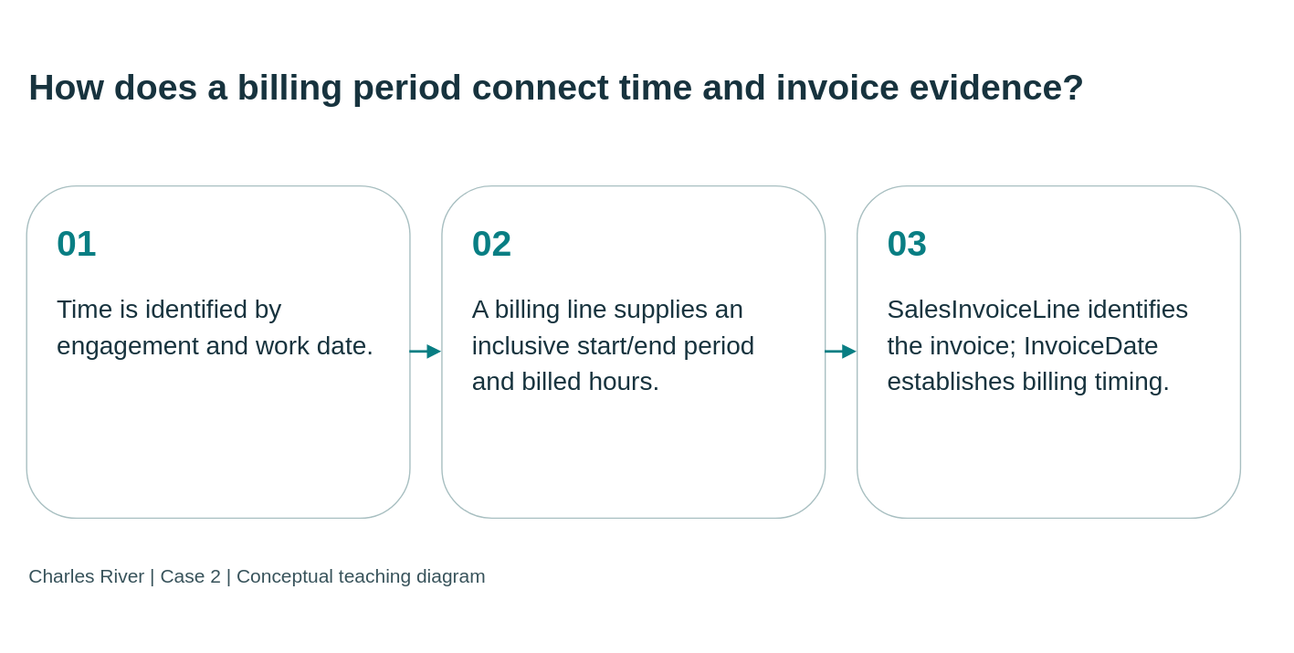
The draw.io diagram static/diagrams/cases/case02-billing.svg in mmcodesso/CharlesRiver_Database, before a commit. Source tidied: cells renumbered, new cells last; positions are measured from the earlier drawing's top-left corner, leaving out a move shared by most shapes. The source it was exported from:
```xml
<mxGraphModel background="#f5f5ee">
  <root>
    <mxCell id="0" />
    <mxCell id="1" parent="0" />
    <mxCell id="2" value="How does a billing period connect time and invoice evidence?" style="text;html=0;strokeColor=none;fillColor=none;align=left;verticalAlign=middle;whiteSpace=wrap;fontSize=28;fontStyle=1;fontColor=#17333e;fontFamily=Arial;" parent="1" vertex="1">
      <mxGeometry width="950" height="95" as="geometry" />
    </mxCell>
    <mxCell id="3" value="&lt;div style=&quot;font-size:28px;color:#087e83;font-weight:bold;margin-bottom:20px&quot;&gt;01&lt;/div&gt;&lt;div style=&quot;font-size:20px;line-height:1.4&quot;&gt;Time is identified by engagement and work date.&lt;/div&gt;" style="rounded=1;whiteSpace=wrap;html=1;fillColor=#ffffff;strokeColor=#a8bfc1;fontColor=#17333e;align=left;verticalAlign=top;spacing=24;fontFamily=Arial;fontSize=20;" parent="1" vertex="1">
      <mxGeometry y="125" width="300" height="260" as="geometry" />
    </mxCell>
    <mxCell id="4" value="&lt;div style=&quot;font-size:28px;color:#087e83;font-weight:bold;margin-bottom:20px&quot;&gt;02&lt;/div&gt;&lt;div style=&quot;font-size:20px;line-height:1.4&quot;&gt;A billing line supplies an inclusive start/end period and billed hours.&lt;/div&gt;" style="rounded=1;whiteSpace=wrap;html=1;fillColor=#ffffff;strokeColor=#a8bfc1;fontColor=#17333e;align=left;verticalAlign=top;spacing=24;fontFamily=Arial;fontSize=20;" parent="1" vertex="1">
      <mxGeometry x="325" y="125" width="300" height="260" as="geometry" />
    </mxCell>
    <mxCell id="5" value="&lt;div style=&quot;font-size:28px;color:#087e83;font-weight:bold;margin-bottom:20px&quot;&gt;03&lt;/div&gt;&lt;div style=&quot;font-size:20px;line-height:1.4&quot;&gt;SalesInvoiceLine identifies the invoice; InvoiceDate establishes billing timing.&lt;/div&gt;" style="rounded=1;whiteSpace=wrap;html=1;fillColor=#ffffff;strokeColor=#a8bfc1;fontColor=#17333e;align=left;verticalAlign=top;spacing=24;fontFamily=Arial;fontSize=20;" parent="1" vertex="1">
      <mxGeometry x="650" y="125" width="300" height="260" as="geometry" />
    </mxCell>
    <mxCell id="6" style="edgeStyle=orthogonalEdgeStyle;rounded=0;html=1;endArrow=block;endFill=1;strokeColor=#087e83;strokeWidth=2;" parent="1" edge="1" source="3" target="4">
      <mxGeometry relative="1" as="geometry" />
    </mxCell>
    <mxCell id="7" style="edgeStyle=orthogonalEdgeStyle;rounded=0;html=1;endArrow=block;endFill=1;strokeColor=#087e83;strokeWidth=2;" parent="1" edge="1" source="4" target="5">
      <mxGeometry relative="1" as="geometry" />
    </mxCell>
    <mxCell id="8" value="Charles River | Case 2 | Conceptual teaching diagram" style="text;html=0;strokeColor=none;fillColor=none;align=left;fontSize=15;fontColor=#38535b;fontFamily=Arial;" parent="1" vertex="1">
      <mxGeometry y="415" width="950" height="35" as="geometry" />
    </mxCell>
  </root>
</mxGraphModel>
```
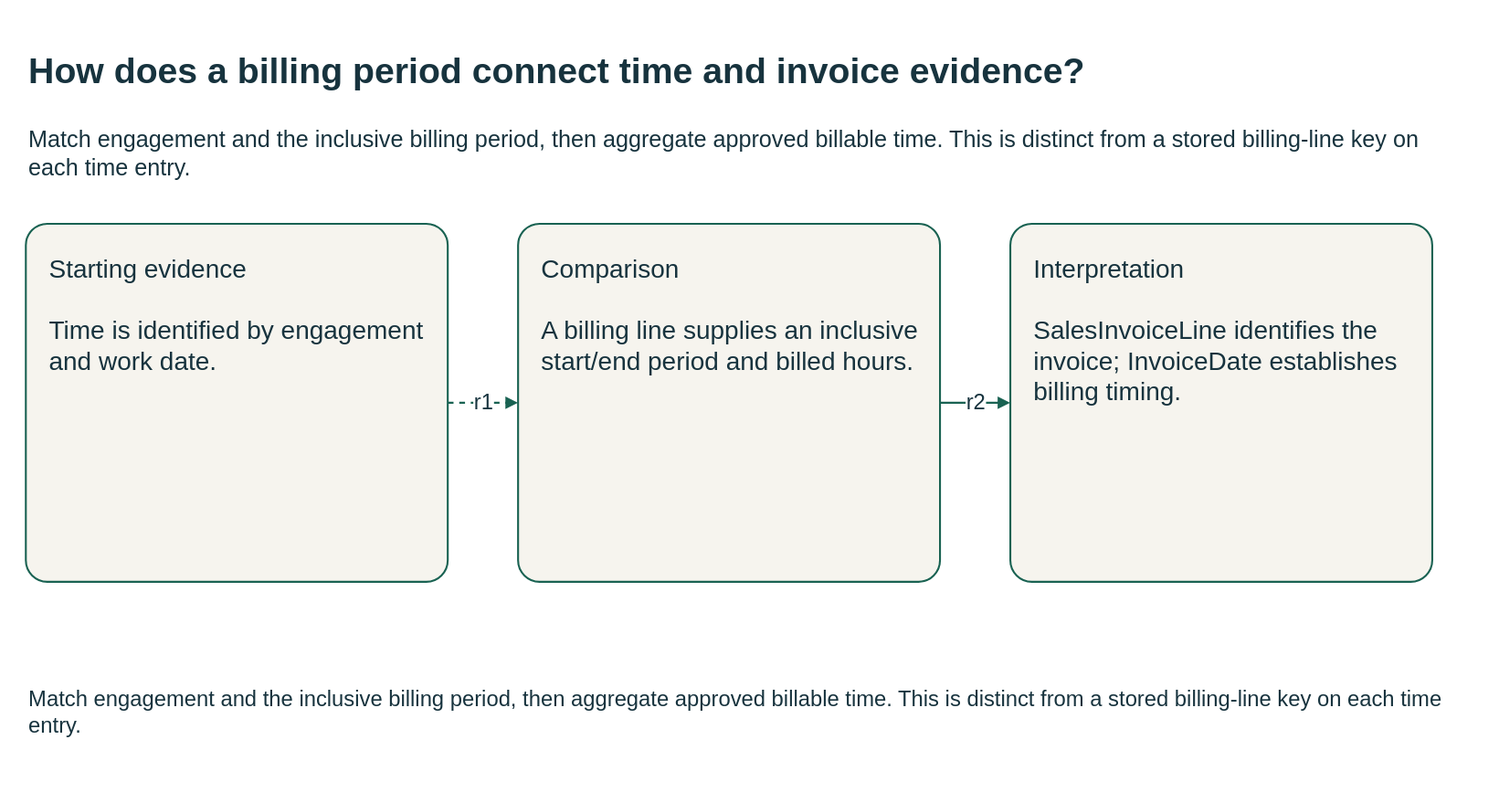
Later version of the same file.

The edit, as a diff of the source:
```diff
@@ -1,27 +1,30 @@
-<mxGraphModel background="#f5f5ee">
+<mxGraphModel background="#FFFFFF">
   <root>
     <mxCell id="0" />
     <mxCell id="1" parent="0" />
-    <mxCell id="2" value="How does a billing period connect time and invoice evidence?" style="text;html=0;strokeColor=none;fillColor=none;align=left;verticalAlign=middle;whiteSpace=wrap;fontSize=28;fontStyle=1;fontColor=#17333e;fontFamily=Arial;" parent="1" vertex="1">
-      <mxGeometry width="950" height="95" as="geometry" />
+    <mxCell id="2" value="How does a billing period connect time and invoice evidence?" style="html=0;fontFamily=Arial;fontSize=20;fontColor=#17333e;strokeColor=#196252;strokeWidth=1.5;whiteSpace=wrap;text;strokeColor=none;fillColor=none;align=left;verticalAlign=middle;fontSize=28;fontStyle=1;" parent="1" vertex="1">
+      <mxGeometry y="-10" width="1110" height="70" as="geometry" />
     </mxCell>
+    <mxCell id="9" value="Match engagement and the inclusive billing period, then aggregate approved billable time. This is distinct from a stored billing-line key on each time entry." style="html=0;fontFamily=Arial;fontSize=20;fontColor=#17333e;strokeColor=#196252;strokeWidth=1.5;whiteSpace=wrap;text;strokeColor=none;fillColor=none;align=left;verticalAlign=middle;fontSize=18;fontStyle=0;" parent="1" vertex="1">
+      <mxGeometry y="62" width="1110" height="55" as="geometry" />
+    </mxCell>
-    <mxCell id="3" value="&lt;div style=&quot;font-size:28px;color:#087e83;font-weight:bold;margin-bottom:20px&quot;&gt;01&lt;/div&gt;&lt;div style=&quot;font-size:20px;line-height:1.4&quot;&gt;Time is identified by engagement and work date.&lt;/div&gt;" style="rounded=1;whiteSpace=wrap;html=1;fillColor=#ffffff;strokeColor=#a8bfc1;fontColor=#17333e;align=left;verticalAlign=top;spacing=24;fontFamily=Arial;fontSize=20;" parent="1" vertex="1">
-      <mxGeometry y="125" width="300" height="260" as="geometry" />
+    <mxCell id="3" value="Starting evidence&#10;&#10;Time is identified by engagement and work date." style="html=0;fontFamily=Arial;fontSize=20;fontColor=#17333e;strokeColor=#196252;strokeWidth=1.5;whiteSpace=wrap;rounded=1;arcSize=6;fillColor=#f6f4ee;align=left;verticalAlign=top;spacing=18;" parent="1" vertex="1">
+      <mxGeometry y="145" width="330" height="280" as="geometry" />
     </mxCell>
-    <mxCell id="4" value="&lt;div style=&quot;font-size:28px;color:#087e83;font-weight:bold;margin-bottom:20px&quot;&gt;02&lt;/div&gt;&lt;div style=&quot;font-size:20px;line-height:1.4&quot;&gt;A billing line supplies an inclusive start/end period and billed hours.&lt;/div&gt;" style="rounded=1;whiteSpace=wrap;html=1;fillColor=#ffffff;strokeColor=#a8bfc1;fontColor=#17333e;align=left;verticalAlign=top;spacing=24;fontFamily=Arial;fontSize=20;" parent="1" vertex="1">
-      <mxGeometry x="325" y="125" width="300" height="260" as="geometry" />
+    <mxCell id="4" value="Comparison&#10;&#10;A billing line supplies an inclusive start/end period and billed hours." style="html=0;fontFamily=Arial;fontSize=20;fontColor=#17333e;strokeColor=#196252;strokeWidth=1.5;whiteSpace=wrap;rounded=1;arcSize=6;fillColor=#f6f4ee;align=left;verticalAlign=top;spacing=18;" parent="1" vertex="1">
+      <mxGeometry x="385" y="145" width="330" height="280" as="geometry" />
     </mxCell>
-    <mxCell id="5" value="&lt;div style=&quot;font-size:28px;color:#087e83;font-weight:bold;margin-bottom:20px&quot;&gt;03&lt;/div&gt;&lt;div style=&quot;font-size:20px;line-height:1.4&quot;&gt;SalesInvoiceLine identifies the invoice; InvoiceDate establishes billing timing.&lt;/div&gt;" style="rounded=1;whiteSpace=wrap;html=1;fillColor=#ffffff;strokeColor=#a8bfc1;fontColor=#17333e;align=left;verticalAlign=top;spacing=24;fontFamily=Arial;fontSize=20;" parent="1" vertex="1">
-      <mxGeometry x="650" y="125" width="300" height="260" as="geometry" />
+    <mxCell id="5" value="Interpretation&#10;&#10;SalesInvoiceLine identifies the invoice; InvoiceDate establishes billing timing." style="html=0;fontFamily=Arial;fontSize=20;fontColor=#17333e;strokeColor=#196252;strokeWidth=1.5;whiteSpace=wrap;rounded=1;arcSize=6;fillColor=#f6f4ee;align=left;verticalAlign=top;spacing=18;" parent="1" vertex="1">
+      <mxGeometry x="770" y="145" width="330" height="280" as="geometry" />
     </mxCell>
-    <mxCell id="6" style="edgeStyle=orthogonalEdgeStyle;rounded=0;html=1;endArrow=block;endFill=1;strokeColor=#087e83;strokeWidth=2;" parent="1" edge="1" source="3" target="4">
+    <mxCell id="6" value="r1" style="html=0;fontFamily=Arial;fontSize=20;fontColor=#17333e;strokeColor=#196252;strokeWidth=1.5;whiteSpace=wrap;edgeStyle=orthogonalEdgeStyle;rounded=0;fillColor=none;fontSize=17;labelBackgroundColor=#FFFFFF;startArrow=none;endArrow=block;endFill=1;dashed=1;exitX=1;exitY=0.5;entryX=0;entryY=0.5;" parent="1" edge="1" source="3" target="4">
       <mxGeometry relative="1" as="geometry" />
     </mxCell>
-    <mxCell id="7" style="edgeStyle=orthogonalEdgeStyle;rounded=0;html=1;endArrow=block;endFill=1;strokeColor=#087e83;strokeWidth=2;" parent="1" edge="1" source="4" target="5">
+    <mxCell id="7" value="r2" style="html=0;fontFamily=Arial;fontSize=20;fontColor=#17333e;strokeColor=#196252;strokeWidth=1.5;whiteSpace=wrap;edgeStyle=orthogonalEdgeStyle;rounded=0;fillColor=none;fontSize=17;labelBackgroundColor=#FFFFFF;startArrow=none;endArrow=block;endFill=1;dashed=0;exitX=1;exitY=0.5;entryX=0;entryY=0.5;" parent="1" edge="1" source="4" target="5">
       <mxGeometry relative="1" as="geometry" />
     </mxCell>
-    <mxCell id="8" value="Charles River | Case 2 | Conceptual teaching diagram" style="text;html=0;strokeColor=none;fillColor=none;align=left;fontSize=15;fontColor=#38535b;fontFamily=Arial;" parent="1" vertex="1">
-      <mxGeometry y="415" width="950" height="35" as="geometry" />
+    <mxCell id="8" value="Match engagement and the inclusive billing period, then aggregate approved billable time. This is distinct from a stored billing-line key on each time entry." style="html=0;fontFamily=Arial;fontSize=20;fontColor=#17333e;strokeColor=#196252;strokeWidth=1.5;whiteSpace=wrap;text;strokeColor=none;fillColor=none;align=left;verticalAlign=middle;fontSize=17;fontStyle=0;" parent="1" vertex="1">
+      <mxGeometry y="497" width="1110" height="60" as="geometry" />
     </mxCell>
   </root>
 </mxGraphModel>
```
